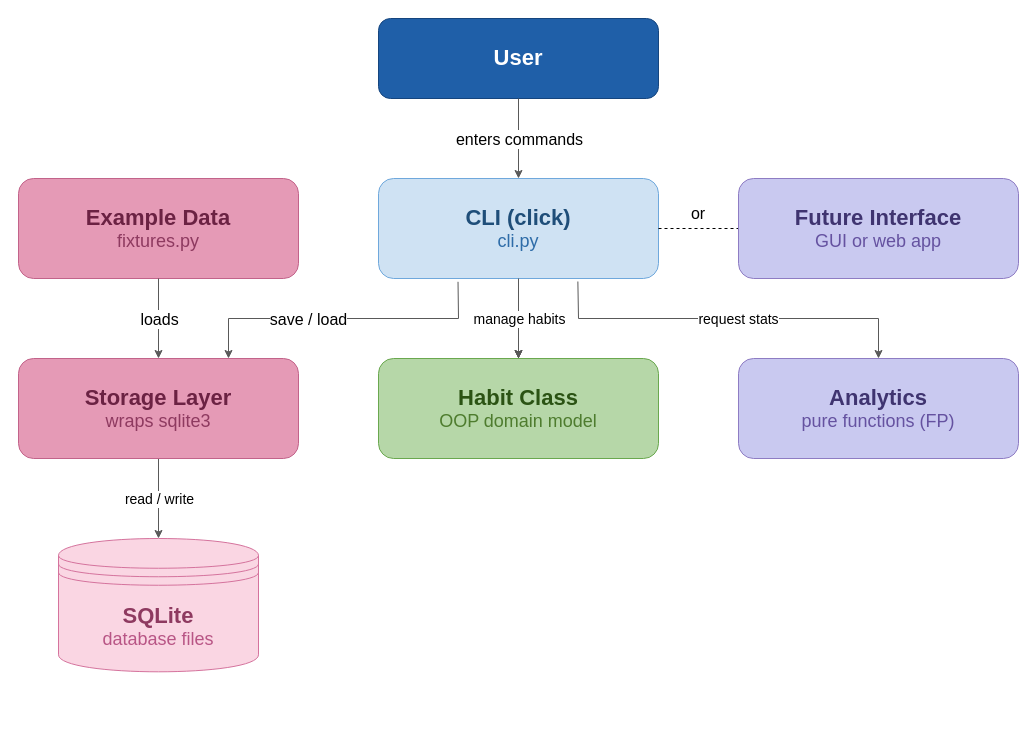
This is OO & FP with Python - Figure 1 - Updated.drawio from Matasem-h/SimpleFlowcharts, a draw.io file, before an edit. Source tidied: cells renumbered, new cells numbered last; positions are measured from the earlier drawing's top-left corner, leaving out a move shared by most shapes. Both pictures are drawn from the tidied source at 100%, with x=0, y=0 at pixel (18, 18).
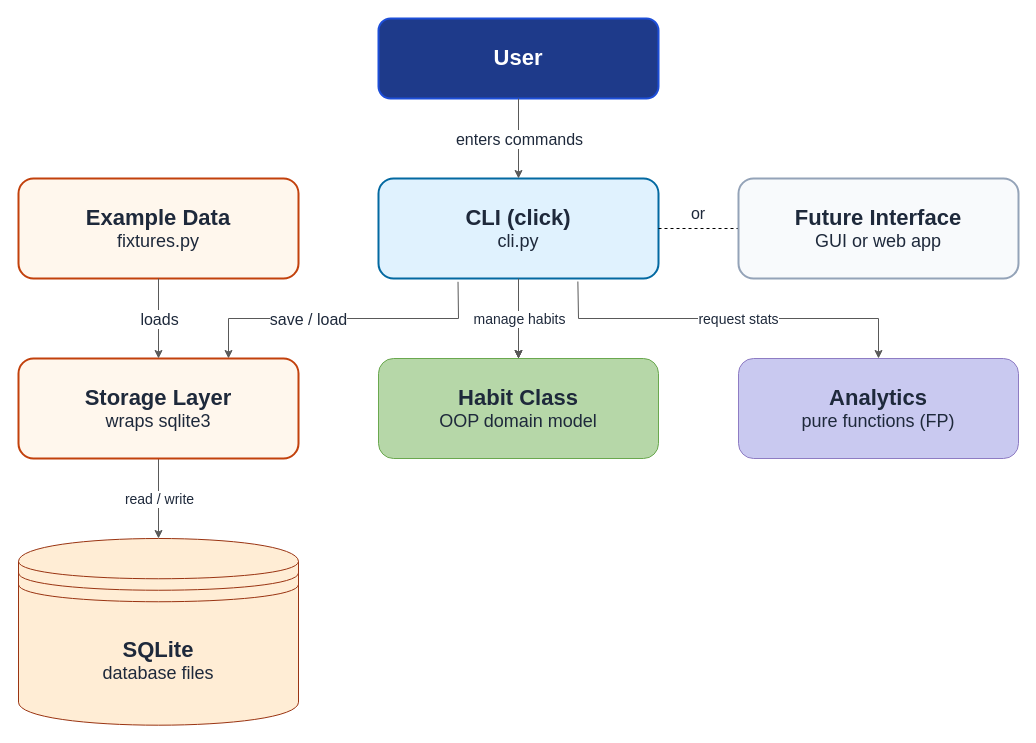
Above is the later version.

The edit, as a diff of the source:
```diff
@@
-    <mxCell id="2" value="&lt;font style=&quot;font-size: 22px;&quot;&gt;&lt;b&gt;User&lt;/b&gt;&lt;/font&gt;" style="rounded=1;whiteSpace=wrap;html=1;fillColor=#1F5FA8;strokeColor=#15457E;fontColor=#FFFFFF;" parent="1" vertex="1">
+    <mxCell id="2" value="&lt;font style=&quot;font-size: 22px;&quot;&gt;&lt;b&gt;User&lt;/b&gt;&lt;/font&gt;" style="rounded=1;whiteSpace=wrap;html=1;fillColor=#1E3A8A;strokeColor=#1D4ED8;fontColor=#FFFFFF;strokeWidth=2;" parent="1" vertex="1">
       <mxGeometry x="360" width="280" height="80" as="geometry" />
     </mxCell>
-    <mxCell id="3" value="&lt;div&gt;&lt;font style=&quot;color: rgb(43, 83, 20); font-size: 22px;&quot;&gt;&lt;b&gt;Habit Class&lt;/b&gt;&lt;/font&gt;&lt;/div&gt;&lt;div&gt;&lt;font style=&quot;color: rgb(78, 124, 46); font-size: 18px;&quot;&gt;OOP domain model&lt;/font&gt;&lt;/div&gt;" style="rounded=1;whiteSpace=wrap;html=1;fillColor=#B6D7A8;strokeColor=#6AA84F;" parent="1" vertex="1">
+    <mxCell id="3" value="&lt;div&gt;&lt;font style=&quot;font-size: 22px;&quot;&gt;&lt;b&gt;Habit Class&lt;/b&gt;&lt;/font&gt;&lt;/div&gt;&lt;div&gt;&lt;font style=&quot;font-size: 18px;&quot;&gt;OOP domain model&lt;/font&gt;&lt;/div&gt;" style="rounded=1;whiteSpace=wrap;html=1;fillColor=#B6D7A8;strokeColor=#6AA84F;fontColor=#1E293B;" parent="1" vertex="1">
       <mxGeometry x="360" y="340" width="280" height="100" as="geometry" />
     </mxCell>
-    <mxCell id="4" style="edgeStyle=orthogonalEdgeStyle;rounded=0;jettySize=auto;html=1;" parent="1" edge="1" source="5" target="3">
+    <mxCell id="4" style="edgeStyle=orthogonalEdgeStyle;rounded=0;jettySize=auto;html=1;fontColor=#1E293B;" parent="1" edge="1" source="5" target="3">
       <mxGeometry relative="1" as="geometry" />
     </mxCell>
-    <mxCell id="5" value="&lt;div&gt;&lt;font style=&quot;color: rgb(31, 78, 121); font-size: 22px;&quot;&gt;&lt;b&gt;CLI (click)&lt;/b&gt;&lt;/font&gt;&lt;/div&gt;&lt;div&gt;&lt;font style=&quot;color: rgb(46, 108, 168); font-size: 18px;&quot;&gt;cli.py&lt;/font&gt;&lt;/div&gt;" style="rounded=1;whiteSpace=wrap;html=1;fillColor=#CFE2F3;strokeColor=#6FA8DC;" parent="1" vertex="1">
+    <mxCell id="5" value="&lt;div&gt;&lt;font style=&quot;font-size: 22px;&quot;&gt;&lt;b&gt;CLI (click)&lt;/b&gt;&lt;/font&gt;&lt;/div&gt;&lt;div&gt;&lt;font style=&quot;font-size: 18px;&quot;&gt;cli.py&lt;/font&gt;&lt;/div&gt;" style="rounded=1;whiteSpace=wrap;html=1;fillColor=#E0F2FE;strokeColor=#0369A1;strokeWidth=2;fontColor=#1E293B;" parent="1" vertex="1">
       <mxGeometry x="360" y="160" width="280" height="100" as="geometry" />
     </mxCell>
-    <mxCell id="6" value="&lt;div&gt;&lt;font style=&quot;color: rgb(142, 58, 96); font-size: 22px;&quot;&gt;&lt;b&gt;SQLite&lt;/b&gt;&lt;/font&gt;&lt;/div&gt;&lt;div&gt;&lt;font style=&quot;color: rgb(184, 85, 133); font-size: 18px;&quot;&gt;database files&lt;/font&gt;&lt;/div&gt;" style="shape=datastore;whiteSpace=wrap;html=1;fillColor=#FAD6E3;strokeColor=#D5739D;" parent="1" vertex="1">
-      <mxGeometry x="40" y="520" width="200" height="133.3" as="geometry" />
+    <mxCell id="6" value="&lt;div&gt;&lt;font style=&quot;font-size: 22px;&quot;&gt;&lt;b&gt;SQLite&lt;/b&gt;&lt;/font&gt;&lt;/div&gt;&lt;div&gt;&lt;font style=&quot;font-size: 18px;&quot;&gt;database files&lt;/font&gt;&lt;/div&gt;" style="shape=datastore;whiteSpace=wrap;html=1;fillColor=#FFEDD5;strokeColor=#9A3412;fontColor=#1E293B;" parent="1" vertex="1">
+      <mxGeometry y="520" width="280" height="186.7" as="geometry" />
     </mxCell>
-    <mxCell id="7" style="endArrow=classic;html=1;rounded=0;exitX=0.5;exitY=1;exitDx=0;exitDy=0;entryX=0.5;entryY=0;entryDx=0;entryDy=0;strokeColor=#595959;" parent="1" edge="1" source="2" target="5">
+    <mxCell id="7" style="endArrow=classic;html=1;rounded=0;exitX=0.5;exitY=1;exitDx=0;exitDy=0;entryX=0.5;entryY=0;entryDx=0;entryDy=0;strokeColor=#595959;fontColor=#1E293B;" parent="1" edge="1" source="2" target="5">
       <mxGeometry relative="1" as="geometry" />
     </mxCell>
-    <mxCell id="8" value="&lt;font style=&quot;font-size: 16px;&quot;&gt;enters commands&lt;/font&gt;" style="edgeLabel;html=1;align=center;verticalAlign=middle;" parent="7" vertex="1">
+    <mxCell id="8" value="&lt;font style=&quot;font-size: 16px;&quot;&gt;enters commands&lt;/font&gt;" style="edgeLabel;html=1;align=center;verticalAlign=middle;fontColor=#1E293B;" parent="7" vertex="1">
       <mxGeometry relative="1" as="geometry" />
     </mxCell>
-    <mxCell id="9" style="endArrow=classic;html=1;rounded=0;exitX=0.5;exitY=1;exitDx=0;exitDy=0;entryX=0.5;entryY=0;entryDx=0;entryDy=0;strokeColor=#595959;" parent="1" edge="1" source="5" target="3">
+    <mxCell id="9" style="endArrow=classic;html=1;rounded=0;exitX=0.5;exitY=1;exitDx=0;exitDy=0;entryX=0.5;entryY=0;entryDx=0;entryDy=0;strokeColor=#595959;fontColor=#1E293B;" parent="1" edge="1" source="5" target="3">
       <mxGeometry relative="1" as="geometry" />
     </mxCell>
-    <mxCell id="10" value="&lt;font style=&quot;font-size: 14px;&quot;&gt;manage habits&lt;/font&gt;" style="edgeLabel;html=1;align=center;verticalAlign=middle;" parent="9" vertex="1">
+    <mxCell id="10" value="&lt;font style=&quot;font-size: 14px;&quot;&gt;manage habits&lt;/font&gt;" style="edgeLabel;html=1;align=center;verticalAlign=middle;fontColor=#1E293B;" parent="9" vertex="1">
       <mxGeometry relative="1" as="geometry" />
     </mxCell>
-    <mxCell id="11" style="endArrow=classic;html=1;rounded=0;entryX=0.5;entryY=0;entryDx=0;entryDy=0;strokeColor=#595959;exitX=0.5;exitY=1;exitDx=0;exitDy=0;" parent="1" edge="1" source="18" target="6">
+    <mxCell id="11" style="endArrow=classic;html=1;rounded=0;entryX=0.5;entryY=0;entryDx=0;entryDy=0;strokeColor=#595959;exitX=0.5;exitY=1;exitDx=0;exitDy=0;fontColor=#1E293B;" parent="1" edge="1" source="18" target="6">
       <mxGeometry relative="1" as="geometry" />
     </mxCell>
-    <mxCell id="12" value="&lt;font style=&quot;font-size: 14px;&quot;&gt;read / write&lt;/font&gt;" style="edgeLabel;html=1;align=center;verticalAlign=middle;" parent="11" vertex="1">
+    <mxCell id="12" value="&lt;font style=&quot;font-size: 14px;&quot;&gt;read / write&lt;/font&gt;" style="edgeLabel;html=1;align=center;verticalAlign=middle;fontColor=#1E293B;" parent="11" vertex="1">
       <mxGeometry relative="1" as="geometry" />
     </mxCell>
-    <mxCell id="13" style="endArrow=classic;html=1;rounded=0;exitX=0.712;exitY=1.03;exitDx=0;exitDy=0;strokeColor=#595959;exitPerimeter=0;entryX=0.5;entryY=0;entryDx=0;entryDy=0;" parent="1" edge="1" source="5" target="15">
+    <mxCell id="13" style="endArrow=classic;html=1;rounded=0;exitX=0.712;exitY=1.03;exitDx=0;exitDy=0;strokeColor=#595959;exitPerimeter=0;entryX=0.5;entryY=0;entryDx=0;entryDy=0;fontColor=#1E293B;" parent="1" edge="1" source="5" target="15">
       <mxGeometry x="0.3" relative="1" as="geometry">
         <Array as="points">
           <mxPoint x="560" y="300" />
           <mxPoint x="860" y="300" />
         </Array>
       </mxGeometry>
     </mxCell>
-    <mxCell id="14" value="&lt;font style=&quot;font-size: 14px;&quot;&gt;request stats&lt;/font&gt;" style="edgeLabel;html=1;align=center;verticalAlign=middle;" parent="13" vertex="1">
+    <mxCell id="14" value="&lt;font style=&quot;font-size: 14px;&quot;&gt;request stats&lt;/font&gt;" style="edgeLabel;html=1;align=center;verticalAlign=middle;fontColor=#1E293B;" parent="13" vertex="1">
       <mxGeometry x="0.3" relative="1" as="geometry">
         <mxPoint x="-48" as="offset" />
       </mxGeometry>
     </mxCell>
-    <mxCell id="15" value="&lt;div&gt;&lt;font style=&quot;color: rgb(63, 52, 112); font-size: 22px;&quot;&gt;&lt;b&gt;Analytics&lt;/b&gt;&lt;/font&gt;&lt;/div&gt;&lt;div&gt;&lt;font style=&quot;color: rgb(101, 82, 160); font-size: 18px;&quot;&gt;pure functions (FP)&lt;/font&gt;&lt;/div&gt;" style="rounded=1;whiteSpace=wrap;html=1;fillColor=#C9C9F0;strokeColor=#8E7CC3;" parent="1" vertex="1">
+    <mxCell id="15" value="&lt;div&gt;&lt;font style=&quot;font-size: 22px;&quot;&gt;&lt;b&gt;Analytics&lt;/b&gt;&lt;/font&gt;&lt;/div&gt;&lt;div&gt;&lt;font style=&quot;font-size: 18px;&quot;&gt;pure functions (FP)&lt;/font&gt;&lt;/div&gt;" style="rounded=1;whiteSpace=wrap;html=1;fillColor=#C9C9F0;strokeColor=#8E7CC3;fontColor=#1E293B;" parent="1" vertex="1">
       <mxGeometry x="720" y="340" width="280" height="100" as="geometry" />
     </mxCell>
-    <mxCell id="16" style="endArrow=classic;html=1;rounded=0;exitX=0.284;exitY=1.033;exitDx=0;exitDy=0;strokeColor=#595959;exitPerimeter=0;entryX=0.75;entryY=0;entryDx=0;entryDy=0;" parent="1" edge="1" source="5" target="18">
+    <mxCell id="16" style="endArrow=classic;html=1;rounded=0;exitX=0.284;exitY=1.033;exitDx=0;exitDy=0;strokeColor=#595959;exitPerimeter=0;entryX=0.75;entryY=0;entryDx=0;entryDy=0;fontColor=#1E293B;" parent="1" edge="1" source="5" target="18">
       <mxGeometry x="0.7" relative="1" as="geometry">
         <Array as="points">
           <mxPoint x="440" y="300" />
           <mxPoint x="210" y="300" />
         </Array>
       </mxGeometry>
     </mxCell>
-    <mxCell id="17" value="&lt;font style=&quot;font-size: 16px;&quot;&gt;save / load&lt;/font&gt;" style="edgeLabel;html=1;align=center;verticalAlign=middle;" parent="16" vertex="1">
+    <mxCell id="17" value="&lt;font style=&quot;font-size: 16px;&quot;&gt;save / load&lt;/font&gt;" style="edgeLabel;html=1;align=center;verticalAlign=middle;fontColor=#1E293B;" parent="16" vertex="1">
       <mxGeometry x="0.7" relative="1" as="geometry">
         <mxPoint x="74" as="offset" />
       </mxGeometry>
     </mxCell>
-    <mxCell id="18" value="&lt;div&gt;&lt;font style=&quot;color: rgb(107, 34, 67); font-size: 22px;&quot;&gt;&lt;b&gt;Storage Layer&lt;/b&gt;&lt;/font&gt;&lt;/div&gt;&lt;div&gt;&lt;font style=&quot;color: rgb(142, 58, 96); font-size: 18px;&quot;&gt;wraps sqlite3&lt;/font&gt;&lt;/div&gt;" style="rounded=1;whiteSpace=wrap;html=1;fillColor=#E59AB6;strokeColor=#C2638A;" parent="1" vertex="1">
+    <mxCell id="18" value="&lt;div&gt;&lt;font style=&quot;font-size: 22px;&quot;&gt;&lt;b&gt;Storage Layer&lt;/b&gt;&lt;/font&gt;&lt;/div&gt;&lt;div&gt;&lt;font style=&quot;font-size: 18px;&quot;&gt;wraps sqlite3&lt;/font&gt;&lt;/div&gt;" style="rounded=1;whiteSpace=wrap;html=1;fillColor=#FFF7ED;strokeColor=#C2410C;fontColor=#1E293B;strokeWidth=2;" parent="1" vertex="1">
       <mxGeometry y="340" width="280" height="100" as="geometry" />
     </mxCell>
-    <mxCell id="19" style="endArrow=none;dashed=1;html=1;rounded=0;defaultLabelBackgroundColor=page;exitX=1;exitY=0.5;exitDx=0;exitDy=0;entryX=0;entryY=0.5;entryDx=0;entryDy=0;" parent="1" edge="1" source="5" target="20">
+    <mxCell id="19" style="endArrow=none;dashed=1;html=1;rounded=0;defaultLabelBackgroundColor=page;exitX=1;exitY=0.5;exitDx=0;exitDy=0;entryX=0;entryY=0.5;entryDx=0;entryDy=0;fontColor=#1E293B;" parent="1" edge="1" source="5" target="20">
       <mxGeometry relative="1" as="geometry" />
     </mxCell>
-    <mxCell id="20" value="&lt;div&gt;&lt;font style=&quot;color: rgb(63, 52, 112); font-size: 22px;&quot;&gt;&lt;b&gt;Future Interface&lt;/b&gt;&lt;/font&gt;&lt;/div&gt;&lt;div&gt;&lt;font style=&quot;color: rgb(101, 82, 160); font-size: 18px;&quot;&gt;GUI or web app&lt;/font&gt;&lt;/div&gt;" style="rounded=1;whiteSpace=wrap;html=1;fillColor=#C9C9F0;strokeColor=#8E7CC3;" parent="1" vertex="1">
+    <mxCell id="20" value="&lt;div&gt;&lt;font style=&quot;font-size: 22px;&quot;&gt;&lt;b&gt;Future Interface&lt;/b&gt;&lt;/font&gt;&lt;/div&gt;&lt;div&gt;&lt;font style=&quot;font-size: 18px;&quot;&gt;GUI or web app&lt;/font&gt;&lt;/div&gt;" style="rounded=1;whiteSpace=wrap;html=1;fillColor=#F8FAFC;strokeColor=#94A3B8;strokeWidth=2;fontColor=#1E293B;" parent="1" vertex="1">
       <mxGeometry x="720" y="160" width="280" height="100" as="geometry" />
     </mxCell>
-    <mxCell id="21" value="&lt;font style=&quot;font-size: 16px;&quot;&gt;or&lt;/font&gt;" style="text;html=1;whiteSpace=wrap;strokeColor=none;fillColor=none;align=center;verticalAlign=middle;rounded=0;" parent="1" vertex="1">
+    <mxCell id="21" value="&lt;font style=&quot;font-size: 16px;&quot;&gt;or&lt;/font&gt;" style="text;html=1;whiteSpace=wrap;strokeColor=none;fillColor=none;align=center;verticalAlign=middle;rounded=0;fontColor=#1E293B;" parent="1" vertex="1">
       <mxGeometry x="640" y="180" width="80" height="30" as="geometry" />
     </mxCell>
-    <mxCell id="22" value="&lt;div&gt;&lt;font style=&quot;color: rgb(107, 34, 67); font-size: 22px;&quot;&gt;&lt;b&gt;Example Data&lt;/b&gt;&lt;/font&gt;&lt;/div&gt;&lt;div&gt;&lt;font style=&quot;color: rgb(142, 58, 96); font-size: 18px;&quot;&gt;fixtures.py&lt;/font&gt;&lt;/div&gt;" style="rounded=1;whiteSpace=wrap;html=1;fillColor=#E59AB6;strokeColor=#C2638A;" parent="1" vertex="1">
+    <mxCell id="22" value="&lt;div&gt;&lt;font style=&quot;font-size: 22px;&quot;&gt;&lt;b&gt;Example Data&lt;/b&gt;&lt;/font&gt;&lt;/div&gt;&lt;div&gt;&lt;font style=&quot;font-size: 18px;&quot;&gt;fixtures.py&lt;/font&gt;&lt;/div&gt;" style="rounded=1;whiteSpace=wrap;html=1;fillColor=#FFF7ED;strokeColor=#C2410C;fontColor=#1E293B;strokeWidth=2;" parent="1" vertex="1">
       <mxGeometry y="160" width="280" height="100" as="geometry" />
     </mxCell>
-    <mxCell id="23" style="endArrow=classic;html=1;rounded=0;strokeColor=#595959;exitX=0.5;exitY=1;exitDx=0;exitDy=0;entryX=0.5;entryY=0;entryDx=0;entryDy=0;" parent="1" edge="1" source="22" target="18">
+    <mxCell id="23" style="endArrow=classic;html=1;rounded=0;strokeColor=#595959;exitX=0.5;exitY=1;exitDx=0;exitDy=0;entryX=0.5;entryY=0;entryDx=0;entryDy=0;fontColor=#1E293B;" parent="1" edge="1" source="22" target="18">
       <mxGeometry relative="1" as="geometry" />
     </mxCell>
-    <mxCell id="24" value="&lt;font style=&quot;font-size: 16px;&quot;&gt;loads&lt;/font&gt;" style="edgeLabel;html=1;align=center;verticalAlign=middle;" parent="23" vertex="1">
+    <mxCell id="24" value="&lt;font style=&quot;font-size: 16px;&quot;&gt;loads&lt;/font&gt;" style="edgeLabel;html=1;align=center;verticalAlign=middle;fontColor=#1E293B;" parent="23" vertex="1">
       <mxGeometry relative="1" as="geometry" />
     </mxCell>
```
